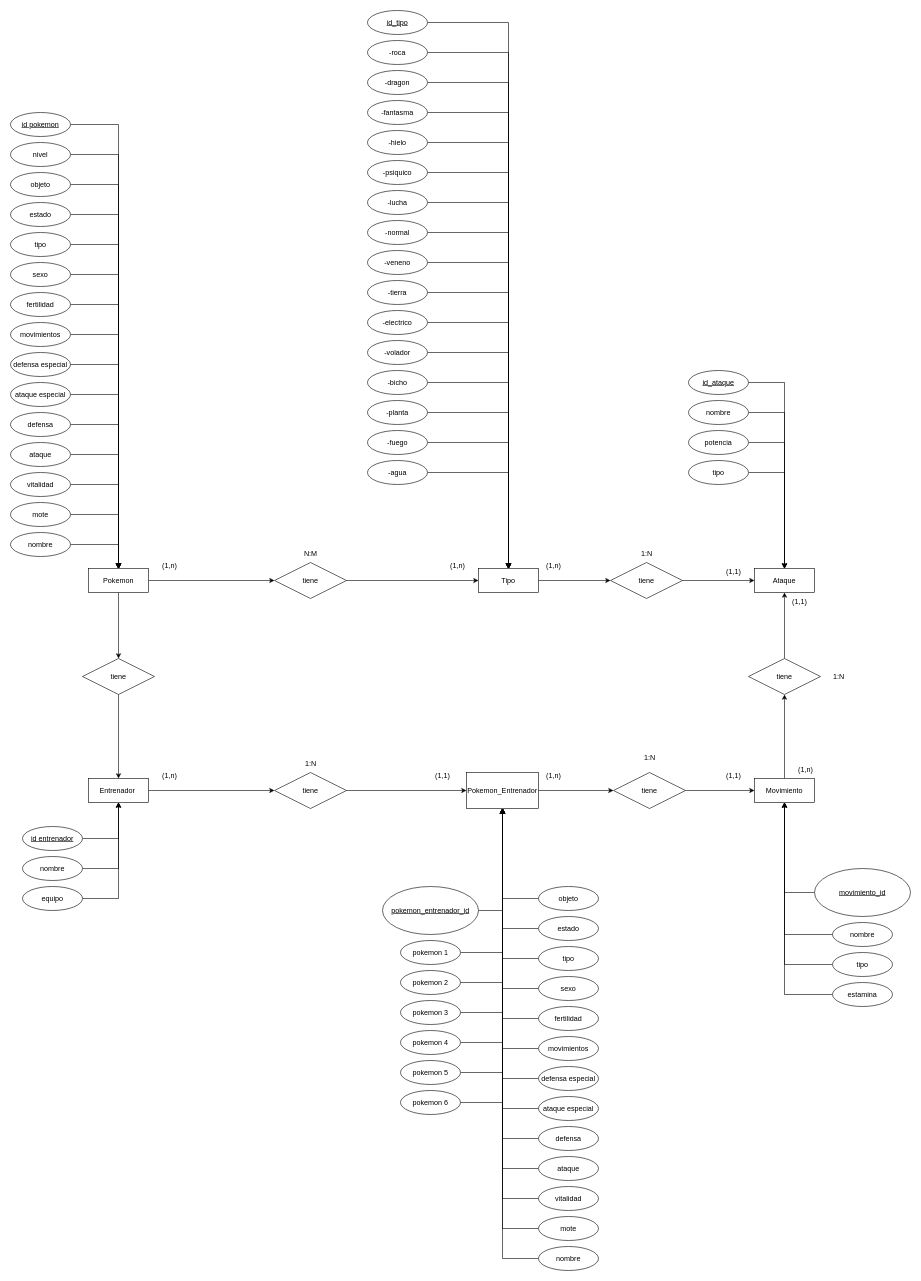
Johansr4/Pokemon-Java keeps this draw.io diagram as bd/entidad-relacion-poke.drawio. Above is the earlier version. Source tidied: cells renumbered, new cells numbered last; positions are measured from the earlier drawing's top-left corner, leaving out a move shared by most shapes. Both pictures are drawn from the tidied source at 60%, with x=0, y=0 at pixel (10, 10).
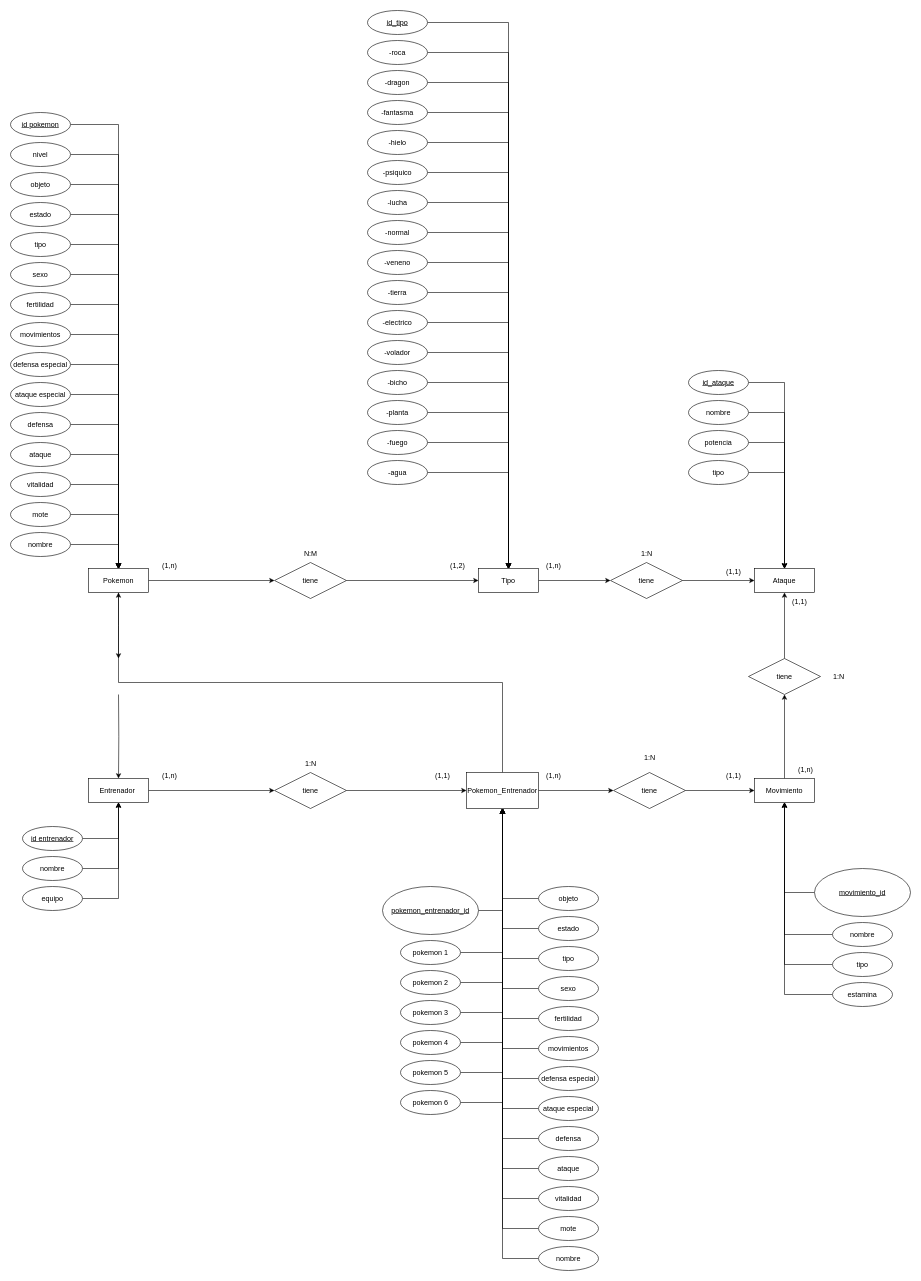
After the change.

Unchanged cells that the change refers to:
```xml
<mxCell id="4" value="Pokemon" style="whiteSpace=wrap;html=1;align=center;" parent="1" vertex="1">
  <mxGeometry x="130" y="930" width="100" height="40" as="geometry" />
</mxCell>
<mxCell id="28" value="Entrenador&amp;nbsp;" style="whiteSpace=wrap;html=1;align=center;" parent="1" vertex="1">
  <mxGeometry x="130" y="1280" width="100" height="40" as="geometry" />
</mxCell>
<mxCell id="30" value="Pokemon_Entrenador" style="whiteSpace=wrap;html=1;align=center;" parent="1" vertex="1">
  <mxGeometry x="760" y="1270" width="120" height="60" as="geometry" />
</mxCell>
```

What changed in the source:
```diff
@@
-    <mxCell id="3" style="edgeStyle=orthogonalEdgeStyle;rounded=0;jettySize=auto;html=1;exitX=0.5;exitY=1;exitDx=0;exitDy=0;entryX=0.5;entryY=0;entryDx=0;entryDy=0;" parent="1" edge="1" source="4" target="38">
-      <mxGeometry relative="1" as="geometry" />
+    <mxCell id="3" style="edgeStyle=orthogonalEdgeStyle;rounded=0;jettySize=auto;html=1;exitX=0.5;exitY=1;exitDx=0;exitDy=0;entryX=0.5;entryY=0;entryDx=0;entryDy=0;" parent="1" edge="1" source="4">
+      <mxGeometry relative="1" as="geometry">
+        <mxPoint x="180" y="1080" as="targetPoint" />
+      </mxGeometry>
     </mxCell>
@@
-    <mxCell id="22" value="(1,n)" style="text;html=1;align=center;verticalAlign=middle;strokeColor=none;fillColor=none;" parent="1" vertex="1">
+    <mxCell id="22" value="(1,2)" style="text;html=1;align=center;verticalAlign=middle;strokeColor=none;fillColor=none;" parent="1" vertex="1">
       <mxGeometry x="720" y="910" width="50" height="30" as="geometry" />
     </mxCell>
@@
+    <mxCell id="165" style="edgeStyle=orthogonalEdgeStyle;rounded=0;jettySize=auto;html=1;exitX=0.5;exitY=0;exitDx=0;exitDy=0;entryX=0.5;entryY=1;entryDx=0;entryDy=0;" parent="1" edge="1" source="30" target="4">
+      <mxGeometry relative="1" as="geometry" />
+    </mxCell>
@@
-    <mxCell id="37" style="edgeStyle=orthogonalEdgeStyle;rounded=0;jettySize=auto;html=1;exitX=0.5;exitY=1;exitDx=0;exitDy=0;entryX=0.5;entryY=0;entryDx=0;entryDy=0;" parent="1" edge="1" source="38" target="28">
-      <mxGeometry relative="1" as="geometry" />
+    <mxCell id="37" style="edgeStyle=orthogonalEdgeStyle;rounded=0;jettySize=auto;html=1;exitX=0.5;exitY=1;exitDx=0;exitDy=0;entryX=0.5;entryY=0;entryDx=0;entryDy=0;" parent="1" edge="1" target="28">
+      <mxGeometry relative="1" as="geometry">
+        <mxPoint x="180" y="1140" as="sourcePoint" />
+      </mxGeometry>
     </mxCell>
-    <mxCell id="38" value="tiene" style="shape=rhombus;perimeter=rhombusPerimeter;whiteSpace=wrap;html=1;align=center;" parent="1" vertex="1">
-      <mxGeometry x="120" y="1080" width="120" height="60" as="geometry" />
-    </mxCell>
```
